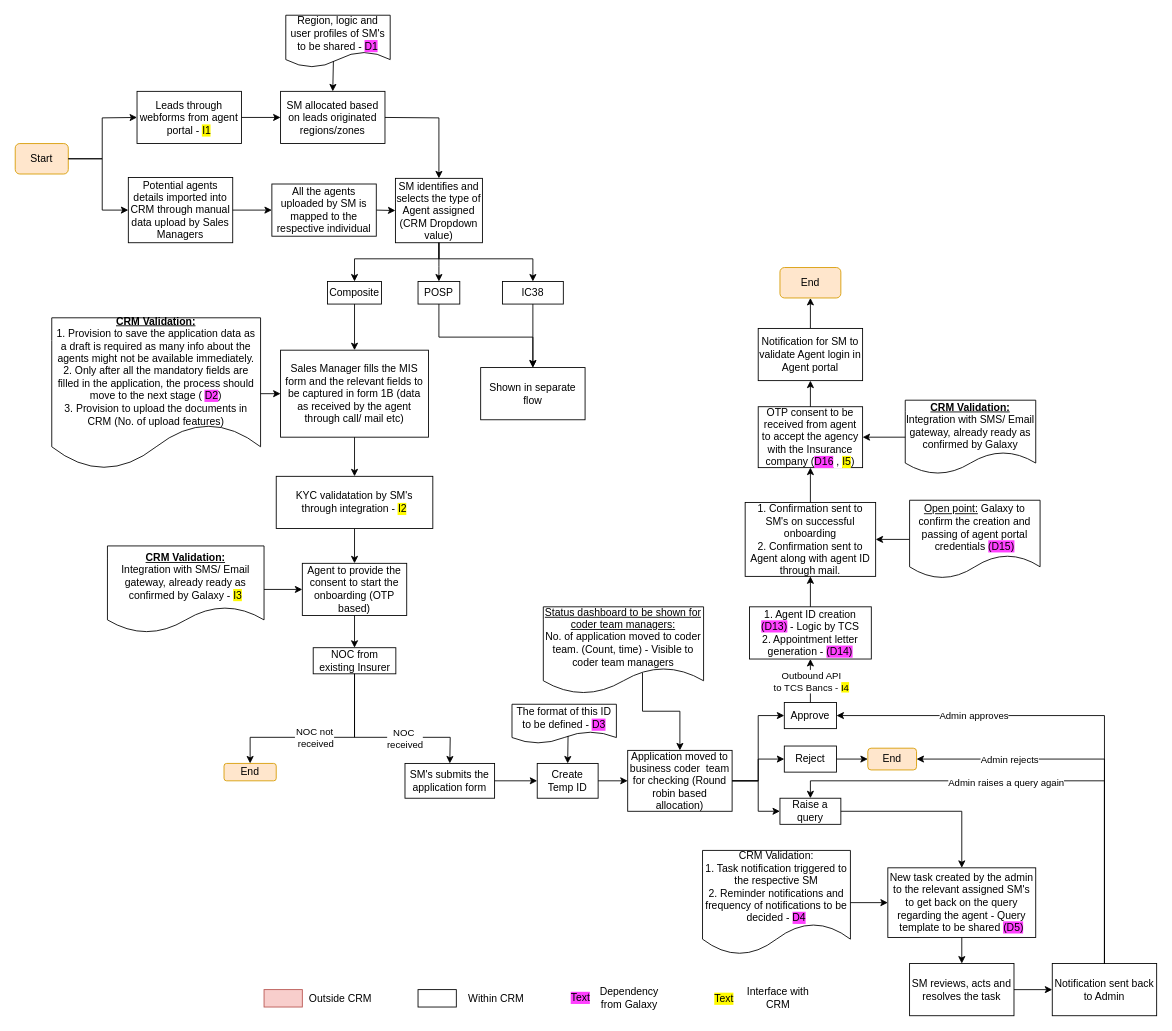
Earlier version of the draw.io diagram Agent Onboarding Composite.drawio (shaileshsreedar/Galaxy). Source tidied: cells renumbered, new cells numbered last; positions are measured from the earlier drawing's top-left corner, leaving out a move shared by most shapes. Both pictures are drawn from the tidied source at 87%, with x=0, y=0 at pixel (15, 15).
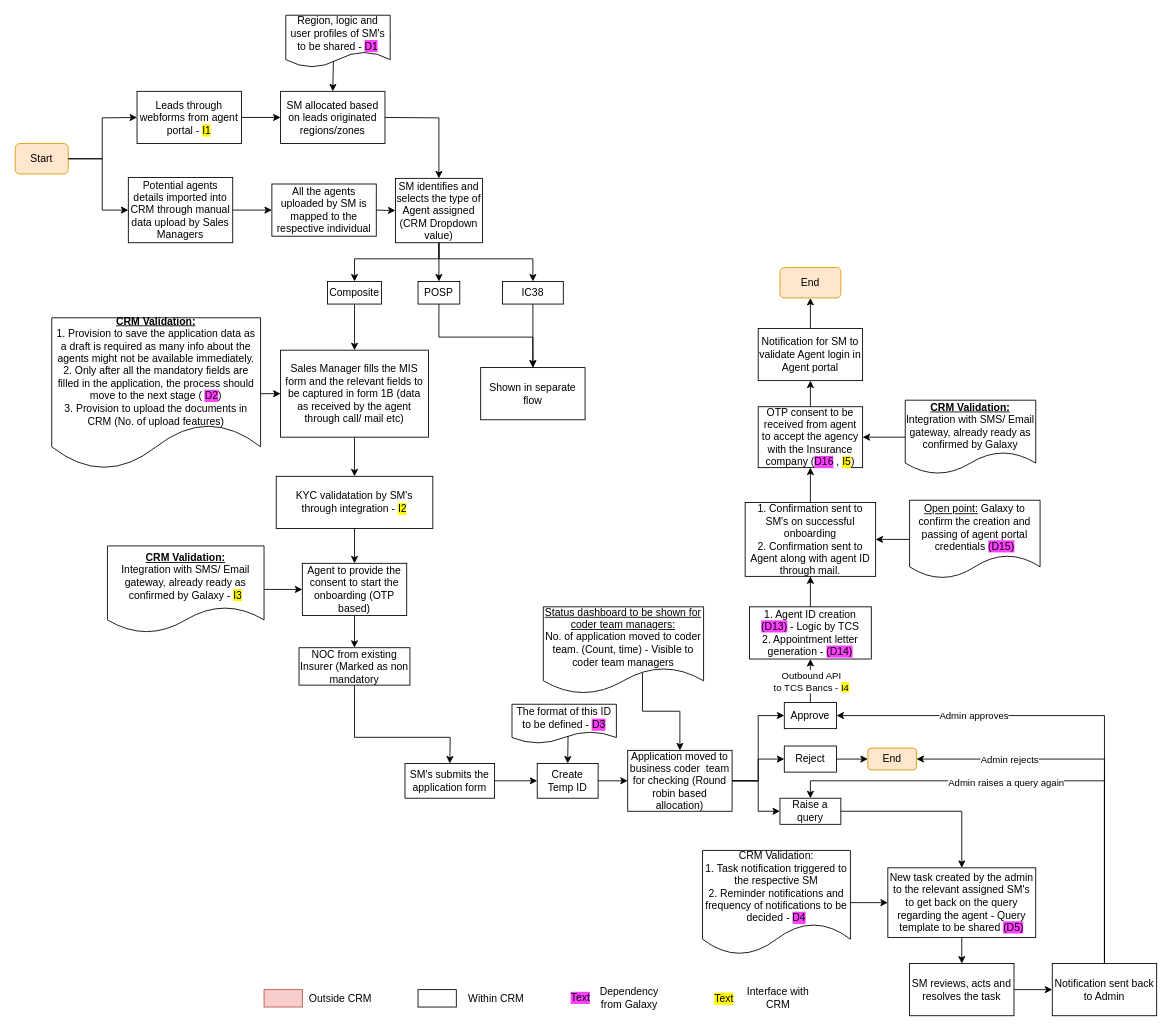
The same diagram, later.

The change refers to these unchanged cells:
```xml
<mxCell id="30" style="endArrow=classic;html=1;rounded=0;exitX=0.5;exitY=1;exitDx=0;exitDy=0;entryX=0.5;entryY=0;entryDx=0;entryDy=0;" parent="1" edge="1" source="25" target="29">
  <mxGeometry relative="1" as="geometry">
    <Array as="points">
      <mxPoint x="390" y="830" />
      <mxPoint x="500" y="830" />
    </Array>
  </mxGeometry>
</mxCell>
```

The edit, as a diff of the source:
```diff
@@
-    <mxCell id="25" value="NOC from existing Insurer" style="rounded=0;whiteSpace=wrap;html=1;" parent="1" vertex="1">
-      <mxGeometry x="342.5" y="727" width="95" height="30" as="geometry" />
+    <mxCell id="25" value="NOC from existing Insurer (Marked as non mandatory" style="rounded=0;whiteSpace=wrap;html=1;" parent="1" vertex="1">
+      <mxGeometry x="326.2" y="727" width="127.5" height="43" as="geometry" />
     </mxCell>
@@
-    <mxCell id="27" style="endArrow=classic;html=1;rounded=0;entryX=0.5;entryY=0;entryDx=0;entryDy=0;exitX=0.5;exitY=1;exitDx=0;exitDy=0;" parent="1" edge="1" source="25" target="94">
-      <mxGeometry relative="1" as="geometry">
-        <Array as="points">
-          <mxPoint x="390" y="830" />
-          <mxPoint x="270" y="830" />
-        </Array>
-      </mxGeometry>
-    </mxCell>
-    <mxCell id="28" value="NOC not&lt;div&gt;&amp;nbsp;received&lt;/div&gt;" style="edgeLabel;html=1;align=center;verticalAlign=middle;" parent="27" vertex="1">
-      <mxGeometry x="0.24" y="-1" relative="1" as="geometry">
-        <mxPoint x="18" y="1" as="offset" />
-      </mxGeometry>
-    </mxCell>
@@
-    <mxCell id="31" value="NOC&amp;nbsp;&lt;div&gt;received&lt;/div&gt;" style="edgeLabel;html=1;align=center;verticalAlign=middle;" parent="30" vertex="1">
-      <mxGeometry x="-0.01" y="-1" relative="1" as="geometry">
-        <mxPoint x="25" as="offset" />
-      </mxGeometry>
-    </mxCell>
@@
-    <mxCell id="94" value="End" style="rounded=1;whiteSpace=wrap;html=1;fillColor=#ffe6cc;strokeColor=#d79b00;" parent="1" vertex="1">
-      <mxGeometry x="240" y="860" width="60" height="20" as="geometry" />
-    </mxCell>
```
